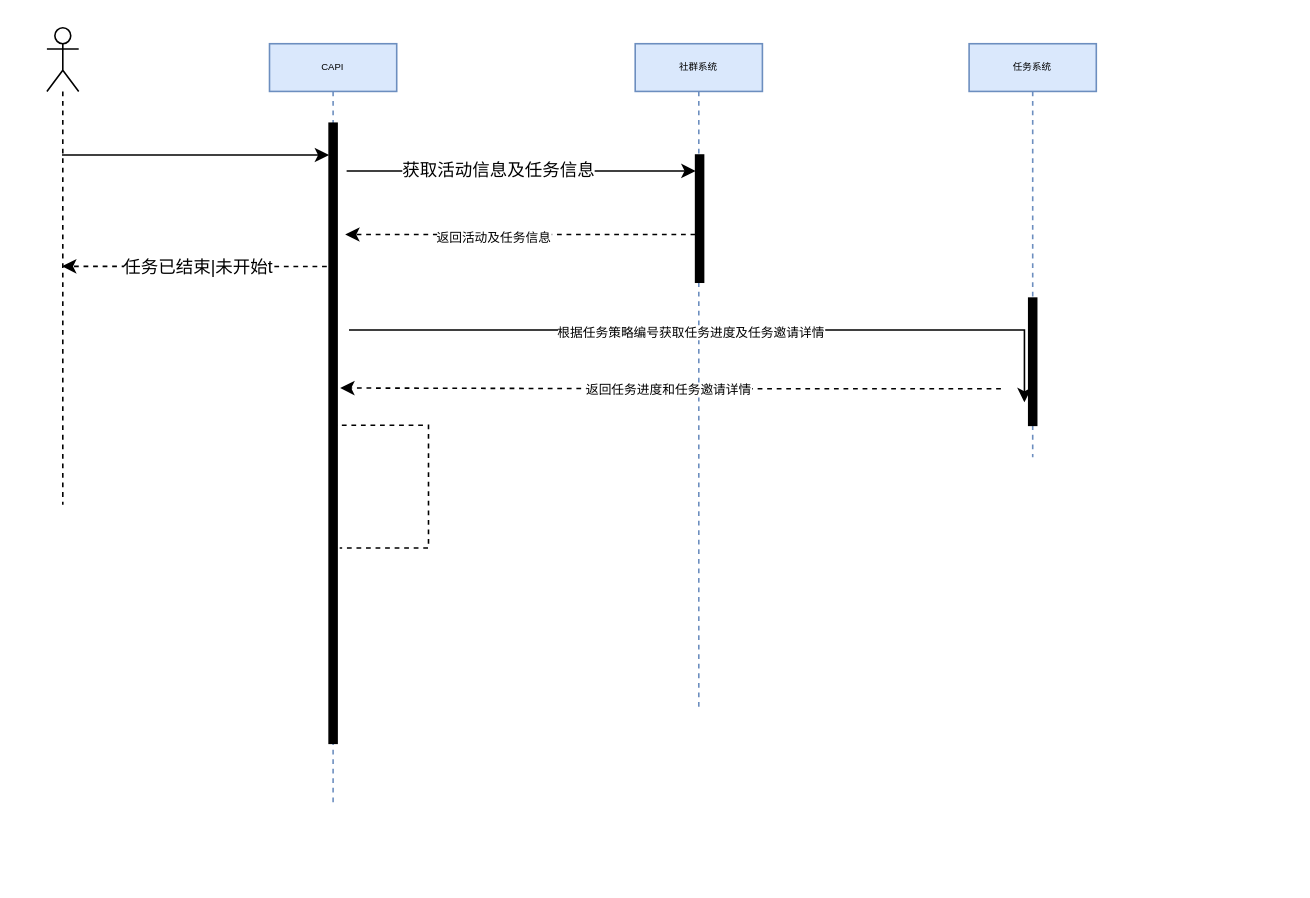
This is src/draw/瑞幸流程图.drawio from y13513867074/draw, a draw.io file, before an edit. Source tidied: cells renumbered, new cells numbered last; positions are measured from the earlier drawing's top-left corner, leaving out a move shared by most shapes. Both pictures are drawn from the tidied source at 159%, with x=0, y=0 at pixel (46, 27).
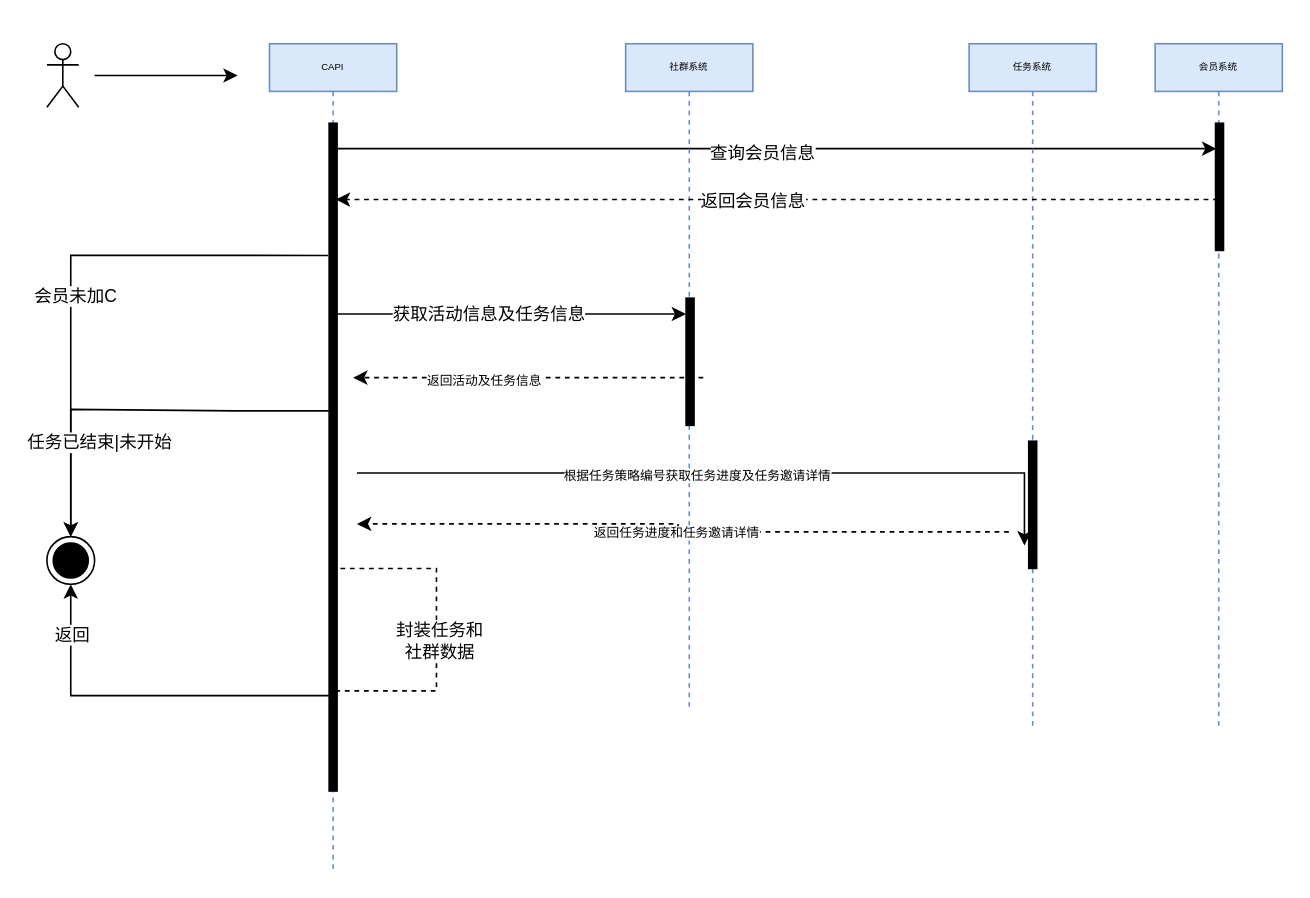
The same diagram, later.

Commit message (it also covers changes not shown here):
更新瑞幸流程图.drawio

Diff of the diagram source:
```diff
@@
     <mxCell id="2" style="edgeStyle=elbowEdgeStyle;rounded=0;orthogonalLoop=1;jettySize=auto;html=1;elbow=vertical;curved=0;fontSize=11;" parent="1" edge="1">
       <mxGeometry relative="1" as="geometry">
-        <mxPoint x="188.5" y="90" as="sourcePoint" />
-        <mxPoint x="408" y="90" as="targetPoint" />
+        <mxPoint x="182.5" y="180" as="sourcePoint" />
+        <mxPoint x="402" y="180" as="targetPoint" />
         <Array as="points">
-          <mxPoint x="248.5" y="90" />
+          <mxPoint x="242.5" y="180" />
         </Array>
       </mxGeometry>
     </mxCell>
@@
+    <mxCell id="21" style="edgeStyle=elbowEdgeStyle;rounded=0;jettySize=auto;html=1;elbow=vertical;curved=0;fontSize=11;entryX=0.5;entryY=1;entryDx=0;entryDy=0;" parent="1" edge="1" source="4" target="28">
+      <mxGeometry relative="1" as="geometry">
+        <Array as="points">
+          <mxPoint x="20" y="420" />
+        </Array>
+      </mxGeometry>
+    </mxCell>
+    <mxCell id="22" value="返回" style="edgeLabel;html=1;align=center;verticalAlign=middle;fontSize=11;" parent="21" vertex="1">
+      <mxGeometry x="0.5" y="-2" relative="1" as="geometry">
+        <mxPoint x="-2" y="-27" as="offset" />
+      </mxGeometry>
+    </mxCell>
+    <mxCell id="23" style="edgeStyle=elbowEdgeStyle;rounded=0;jettySize=auto;html=1;elbow=vertical;curved=0;entryX=0.481;entryY=0.154;entryDx=0;entryDy=0;entryPerimeter=0;fontSize=11;" parent="1" edge="1" source="4" target="31">
+      <mxGeometry relative="1" as="geometry" />
+    </mxCell>
+    <mxCell id="24" value="查询会员信息" style="edgeLabel;html=1;align=center;verticalAlign=middle;fontSize=11;" parent="23" vertex="1">
+      <mxGeometry x="-0.03" y="-2" relative="1" as="geometry" />
+    </mxCell>
+    <mxCell id="25" style="edgeStyle=elbowEdgeStyle;rounded=0;jettySize=auto;html=1;elbow=vertical;curved=0;fontSize=11;exitX=-0.118;exitY=0.198;exitDx=0;exitDy=0;exitPerimeter=0;entryX=0.5;entryY=0;entryDx=0;entryDy=0;" parent="1" edge="1" source="13" target="28">
+      <mxGeometry relative="1" as="geometry">
+        <Array as="points">
+          <mxPoint x="80" y="143" />
+        </Array>
+      </mxGeometry>
+    </mxCell>
+    <mxCell id="26" value="会员未加C" style="edgeLabel;html=1;align=center;verticalAlign=middle;fontSize=11;" parent="25" vertex="1">
+      <mxGeometry x="0.11" y="2" relative="1" as="geometry" />
+    </mxCell>
     <mxCell id="4" value="&lt;pre style=&quot;border-color: var(--border-color); line-height: 7.2px;&quot;&gt;&lt;font style=&quot;border-color: var(--border-color); font-size: 6px;&quot; face=&quot;Helvetica&quot;&gt;CAPI&lt;/font&gt;&lt;/pre&gt;" style="shape=umlLifeline;perimeter=lifelinePerimeter;whiteSpace=wrap;html=1;outlineConnect=0;portConstraint=eastwest;newEdgeStyle={&quot;edgeStyle&quot;:&quot;elbowEdgeStyle&quot;,&quot;elbow&quot;:&quot;vertical&quot;,&quot;curved&quot;:0,&quot;rounded&quot;:0};size=30;strokeWidth=1;fillColor=#dae8fc;strokeColor=#6c8ebf;align=center;" parent="1" vertex="1">
-      <mxGeometry x="140" y="10" width="80" height="480" as="geometry" />
+      <mxGeometry x="140" y="10" width="80" height="520" as="geometry" />
     </mxCell>
     <mxCell id="5" style="edgeStyle=elbowEdgeStyle;rounded=0;orthogonalLoop=1;jettySize=auto;html=1;elbow=vertical;curved=0;fontSize=8;dashed=1;" parent="1" edge="1">
       <mxGeometry relative="1" as="geometry">
-        <mxPoint x="407.8" y="130" as="sourcePoint" />
-        <mxPoint x="187.6" y="130" as="targetPoint" />
+        <mxPoint x="412.8" y="220" as="sourcePoint" />
+        <mxPoint x="192.6" y="220" as="targetPoint" />
         <Array as="points">
-          <mxPoint x="408" y="130" />
+          <mxPoint x="413" y="220" />
         </Array>
       </mxGeometry>
     </mxCell>
     <mxCell id="6" value="返回活动及任务信息" style="edgeLabel;html=1;align=center;verticalAlign=middle;fontSize=8;" parent="5" vertex="1">
-      <mxGeometry x="0.16" y="1" relative="1" as="geometry" />
+      <mxGeometry x="0.16" y="1" relative="1" as="geometry">
+        <mxPoint x="-11" as="offset" />
+      </mxGeometry>
     </mxCell>
     <mxCell id="7" value="&lt;pre style=&quot;border-color: var(--border-color); line-height: 7.2px;&quot;&gt;&lt;font style=&quot;border-color: var(--border-color); font-size: 6px;&quot; face=&quot;Helvetica&quot;&gt;社群系统&lt;/font&gt;&lt;/pre&gt;" style="shape=umlLifeline;perimeter=lifelinePerimeter;whiteSpace=wrap;html=1;newEdgeStyle={&quot;edgeStyle&quot;:&quot;elbowEdgeStyle&quot;,&quot;elbow&quot;:&quot;vertical&quot;,&quot;curved&quot;:0,&quot;rounded&quot;:0};size=30;strokeWidth=1;fillColor=#dae8fc;strokeColor=#6c8ebf;align=center;" parent="1" vertex="1">
-      <mxGeometry x="370" y="10" width="80" height="420" as="geometry" />
+      <mxGeometry x="364" y="10" width="80" height="420" as="geometry" />
     </mxCell>
     <mxCell id="8" value="&lt;pre style=&quot;border-color: var(--border-color); line-height: 7.2px;&quot;&gt;&lt;font style=&quot;border-color: var(--border-color); font-size: 6px;&quot; face=&quot;Helvetica&quot;&gt;任务系统&lt;/font&gt;&lt;/pre&gt;" style="shape=umlLifeline;perimeter=lifelinePerimeter;whiteSpace=wrap;html=1;newEdgeStyle={&quot;edgeStyle&quot;:&quot;elbowEdgeStyle&quot;,&quot;elbow&quot;:&quot;vertical&quot;,&quot;curved&quot;:0,&quot;rounded&quot;:0};size=30;strokeWidth=1;fillColor=#dae8fc;strokeColor=#6c8ebf;align=center;" parent="1" vertex="1">
-      <mxGeometry x="580" y="10" width="80" height="260" as="geometry" />
+      <mxGeometry x="580" y="10" width="80" height="430" as="geometry" />
     </mxCell>
     <mxCell id="9" style="edgeStyle=orthogonalEdgeStyle;rounded=0;jettySize=auto;html=1;entryX=-0.541;entryY=0.819;entryDx=0;entryDy=0;entryPerimeter=0;fontSize=8;" parent="1" edge="1" target="19">
       <mxGeometry relative="1" as="geometry">
-        <mxPoint x="190" y="190" as="sourcePoint" />
+        <mxPoint x="195" y="280" as="sourcePoint" />
         <Array as="points">
-          <mxPoint x="490" y="190" />
-          <mxPoint x="490" y="190" />
+          <mxPoint x="495" y="280" />
+          <mxPoint x="495" y="280" />
         </Array>
       </mxGeometry>
     </mxCell>
@@
-    <mxCell id="11" style="edgeStyle=orthogonalEdgeStyle;rounded=0;jettySize=auto;html=1;dashed=1;fontSize=8;exitX=-0.291;exitY=0.231;exitDx=0;exitDy=0;exitPerimeter=0;" parent="1" edge="1" source="13" target="15">
-      <mxGeometry relative="1" as="geometry" />
+    <mxCell id="11" style="edgeStyle=orthogonalEdgeStyle;rounded=0;jettySize=auto;html=1;fontSize=8;entryX=0.5;entryY=0;entryDx=0;entryDy=0;exitX=-0.117;exitY=0.233;exitDx=0;exitDy=0;exitPerimeter=0;" parent="1" edge="1" target="28">
+      <mxGeometry relative="1" as="geometry">
+        <mxPoint x="181.9" y="240.9" as="sourcePoint" />
+        <Array as="points">
+          <mxPoint x="119" y="241" />
+          <mxPoint x="40" y="240" />
+        </Array>
+      </mxGeometry>
     </mxCell>
-    <mxCell id="12" value="&lt;font style=&quot;font-size: 11px;&quot;&gt;任务已结束|未开始t&lt;/font&gt;" style="edgeLabel;html=1;align=center;verticalAlign=middle;fontSize=8;" parent="11" vertex="1">
+    <mxCell id="12" value="&lt;font style=&quot;font-size: 11px;&quot;&gt;任务已结束|未开始&lt;/font&gt;" style="edgeLabel;html=1;align=center;verticalAlign=middle;fontSize=8;" parent="11" vertex="1">
       <mxGeometry x="0.21" y="3" relative="1" as="geometry">
-        <mxPoint x="19" y="-3" as="offset" />
+        <mxPoint y="17" as="offset" />
       </mxGeometry>
     </mxCell>
     <mxCell id="13" style="html=1;points=[];perimeter=orthogonalPerimeter;fillColor=strokeColor;fontSize=11;" parent="1" vertex="1">
-      <mxGeometry x="177.5" y="60" width="5" height="390" as="geometry" />
+      <mxGeometry x="177.5" y="60" width="5" height="420" as="geometry" />
     </mxCell>
-    <mxCell id="14" style="edgeStyle=elbowEdgeStyle;rounded=0;jettySize=auto;html=1;elbow=vertical;curved=0;fontSize=11;" parent="1" edge="1" source="15" target="13">
+    <mxCell id="14" style="edgeStyle=elbowEdgeStyle;rounded=0;orthogonalLoop=1;jettySize=auto;html=1;elbow=vertical;curved=0;fontSize=11;" parent="1" edge="1">
       <mxGeometry relative="1" as="geometry">
+        <mxPoint x="30" y="30" as="sourcePoint" />
+        <mxPoint x="120" y="30" as="targetPoint" />
         <Array as="points">
-          <mxPoint x="130" y="80" />
+          <mxPoint x="110" y="30" />
         </Array>
       </mxGeometry>
     </mxCell>
     <mxCell id="15" style="shape=umlLifeline;perimeter=lifelinePerimeter;whiteSpace=wrap;html=1;outlineConnect=0;portConstraint=eastwest;newEdgeStyle={&quot;edgeStyle&quot;:&quot;elbowEdgeStyle&quot;,&quot;elbow&quot;:&quot;vertical&quot;,&quot;curved&quot;:0,&quot;rounded&quot;:0};participant=umlActor;fontSize=11;" parent="1" vertex="1">
-      <mxGeometry width="20" height="300" as="geometry" />
+      <mxGeometry y="10" width="20" height="40" as="geometry" />
     </mxCell>
     <mxCell id="16" style="html=1;perimeter=orthogonalPerimeter;fillColor=strokeColor;fontSize=8;" parent="1" vertex="1">
-      <mxGeometry x="408" y="80" width="5" height="80" as="geometry" />
+      <mxGeometry x="402" y="170" width="5" height="80" as="geometry" />
     </mxCell>
-    <mxCell id="17" style="edgeStyle=orthogonalEdgeStyle;rounded=0;jettySize=auto;html=1;fontSize=8;entryX=1.39;entryY=0.427;entryDx=0;entryDy=0;entryPerimeter=0;dashed=1;" parent="1" edge="1" target="13">
+    <mxCell id="17" style="edgeStyle=orthogonalEdgeStyle;rounded=0;orthogonalLoop=1;jettySize=auto;html=1;fontSize=8;dashed=1;" parent="1" edge="1">
       <mxGeometry relative="1" as="geometry">
-        <mxPoint x="600" y="227" as="sourcePoint" />
+        <mxPoint x="605" y="317" as="sourcePoint" />
+        <mxPoint x="195" y="312" as="targetPoint" />
         <Array as="points">
-          <mxPoint x="392" y="227" />
+          <mxPoint x="397" y="317" />
         </Array>
       </mxGeometry>
     </mxCell>
@@
     <mxCell id="19" style="html=1;points=[];perimeter=orthogonalPerimeter;fillColor=strokeColor;fontSize=8;" parent="1" vertex="1">
-      <mxGeometry x="617.5" y="170" width="5" height="80" as="geometry" />
+      <mxGeometry x="617.5" y="260" width="5" height="80" as="geometry" />
     </mxCell>
-    <mxCell id="20" style="edgeStyle=orthogonalEdgeStyle;rounded=0;jettySize=auto;html=1;dashed=1;fontSize=8;entryX=1.329;entryY=0.685;entryDx=0;entryDy=0;entryPerimeter=0;endArrow=none;" parent="1" edge="1" source="4" target="13">
+    <mxCell id="20" style="edgeStyle=orthogonalEdgeStyle;rounded=0;jettySize=auto;html=1;dashed=1;fontSize=8;endArrow=none;" parent="1" edge="1" target="4">
       <mxGeometry relative="1" as="geometry">
+        <mxPoint x="184.6" y="340" as="sourcePoint" />
         <Array as="points">
-          <mxPoint x="240" y="250" />
-          <mxPoint x="240" y="327" />
+          <mxPoint x="245" y="340" />
+          <mxPoint x="245" y="417" />
         </Array>
       </mxGeometry>
     </mxCell>
+    <mxCell id="27" value="封装任务和&lt;br&gt;社群数据" style="edgeLabel;html=1;align=center;verticalAlign=middle;fontSize=11;" parent="20" vertex="1">
+      <mxGeometry x="0.18" y="1" relative="1" as="geometry">
+        <mxPoint y="-14" as="offset" />
+      </mxGeometry>
+    </mxCell>
+    <mxCell id="28" style="ellipse;html=1;shape=endState;fillColor=strokeColor;fontSize=11;" parent="1" vertex="1">
+      <mxGeometry y="320" width="30" height="30" as="geometry" />
+    </mxCell>
+    <mxCell id="29" style="edgeStyle=elbowEdgeStyle;rounded=0;jettySize=auto;html=1;elbow=vertical;curved=0;entryX=0.838;entryY=0.114;entryDx=0;entryDy=0;entryPerimeter=0;fontSize=11;dashed=1;" parent="1" edge="1" source="31" target="13">
+      <mxGeometry relative="1" as="geometry" />
+    </mxCell>
+    <mxCell id="30" value="返回会员信息" style="edgeLabel;html=1;align=center;verticalAlign=middle;fontSize=11;" parent="29" vertex="1">
+      <mxGeometry x="-0.06" relative="1" as="geometry">
+        <mxPoint x="-32" as="offset" />
+      </mxGeometry>
+    </mxCell>
+    <mxCell id="31" value="&lt;pre style=&quot;border-color: var(--border-color); line-height: 7.2px;&quot;&gt;&lt;font style=&quot;border-color: var(--border-color); font-size: 6px;&quot; face=&quot;Helvetica&quot;&gt;会员系统&lt;/font&gt;&lt;/pre&gt;" style="shape=umlLifeline;perimeter=lifelinePerimeter;whiteSpace=wrap;html=1;outlineConnect=0;portConstraint=eastwest;newEdgeStyle={&quot;edgeStyle&quot;:&quot;elbowEdgeStyle&quot;,&quot;elbow&quot;:&quot;vertical&quot;,&quot;curved&quot;:0,&quot;rounded&quot;:0};size=30;strokeWidth=1;fillColor=#dae8fc;strokeColor=#6c8ebf;align=center;" parent="1" vertex="1">
+      <mxGeometry x="697" y="10" width="80" height="430" as="geometry" />
+    </mxCell>
+    <mxCell id="32" style="html=1;perimeter=orthogonalPerimeter;fillColor=strokeColor;fontSize=11;" parent="1" vertex="1">
+      <mxGeometry x="735" y="60" width="5" height="80" as="geometry" />
+    </mxCell>
```
